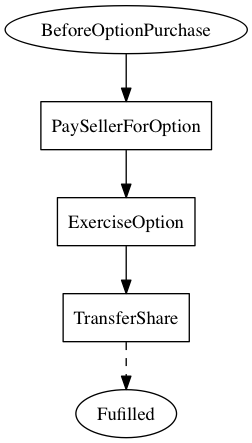
Marcao02/complaw-deeptech keeps this Graphviz diagram as linear_state_machine_language/pyL4/examples/out_graphviz/from_academic_lit/Farmer_american_call_option_2016.png. Above is the earlier version. Its source is kept beside it as linear_state_machine_language/pyL4/examples/out_graphviz/from_academic_lit/Farmer_american_call_option_2016.dot.
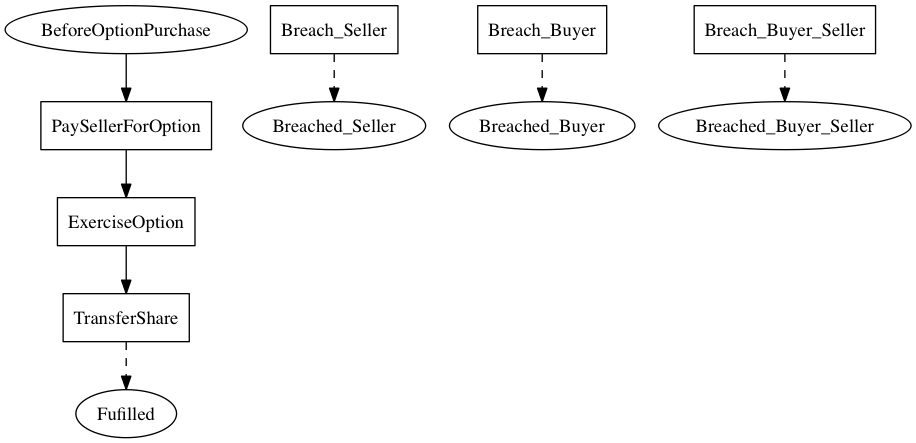
The same file after the commit.

What changed in the source:
```diff
@@ -1,12 +1,18 @@
 
 digraph Farmer_American_call_option_from_A_Formal_Language_for_Writing_Contracts_2016 {
     Fulfilled[label=Fufilled];
-    BeforeOptionPurchase[label=BeforeOptionPurchase]
+    BeforeOptionPurchase[label=BeforeOptionPurchase];
+	Breached_Seller[label=Breached_Seller];
+	Breached_Buyer[label=Breached_Buyer];
+	Breached_Buyer_Seller[label=Breached_Buyer_Seller]
 
 
     PaySellerForOption[label=PaySellerForOption,shape=box];
 	ExerciseOption[label=ExerciseOption,shape=box];
-	TransferShare[label=TransferShare,shape=box]
+	TransferShare[label=TransferShare,shape=box];
+	Breach_Seller[label=Breach_Seller,shape=box];
+	Breach_Buyer[label=Breach_Buyer,shape=box];
+	Breach_Buyer_Seller[label=Breach_Buyer_Seller,shape=box]
 
 
 
@@ -15,6 +21,9 @@
 	ExerciseOption -> TransferShare
 
     TransferShare -> Fulfilled [style=dashed];
+	Breach_Seller -> Breached_Seller [style=dashed];
+	Breach_Buyer -> Breached_Buyer [style=dashed];
+	Breach_Buyer_Seller -> Breached_Buyer_Seller [style=dashed];
 
 
 
```
